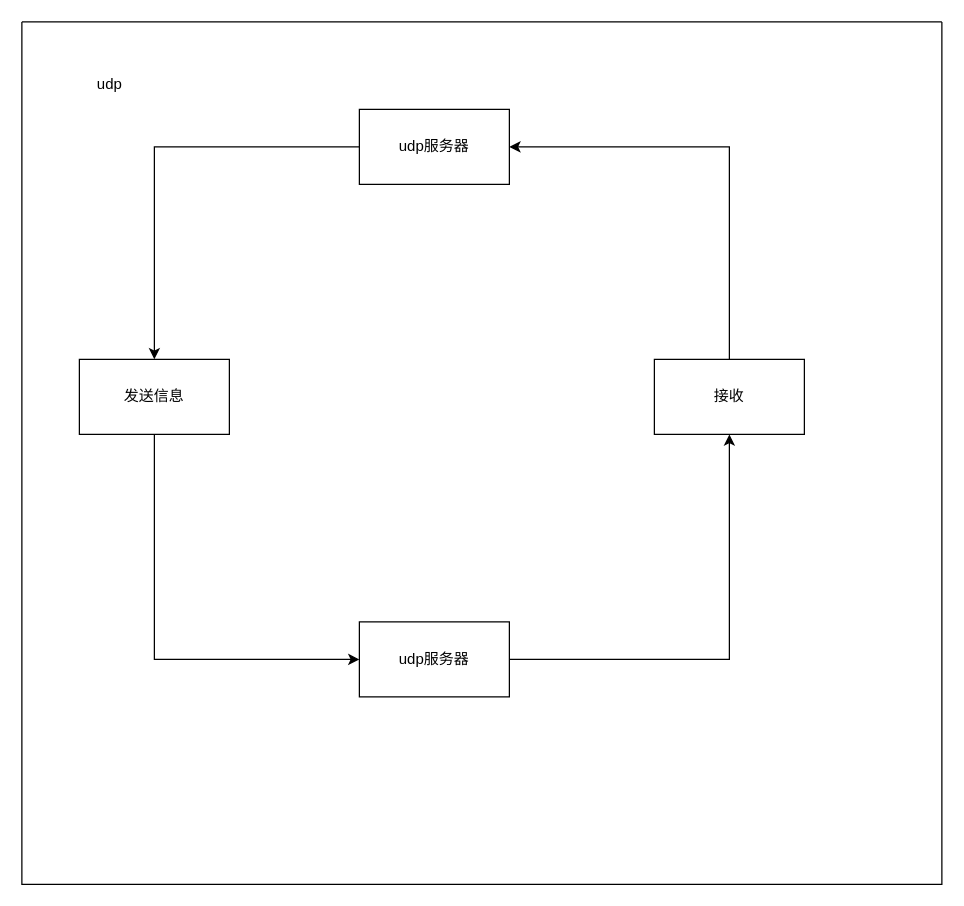
605682883/flowPhoto keeps this draw.io diagram as page "udp逻辑" (6 of 9) of Untitled Diagram.drawio. Above is the earlier version. Source tidied: cells renumbered, new cells numbered last; positions are measured from the earlier drawing's top-left corner, leaving out a move shared by most shapes. Both pictures are drawn from the tidied source at 125%, with x=0, y=0 at pixel (21, 21).
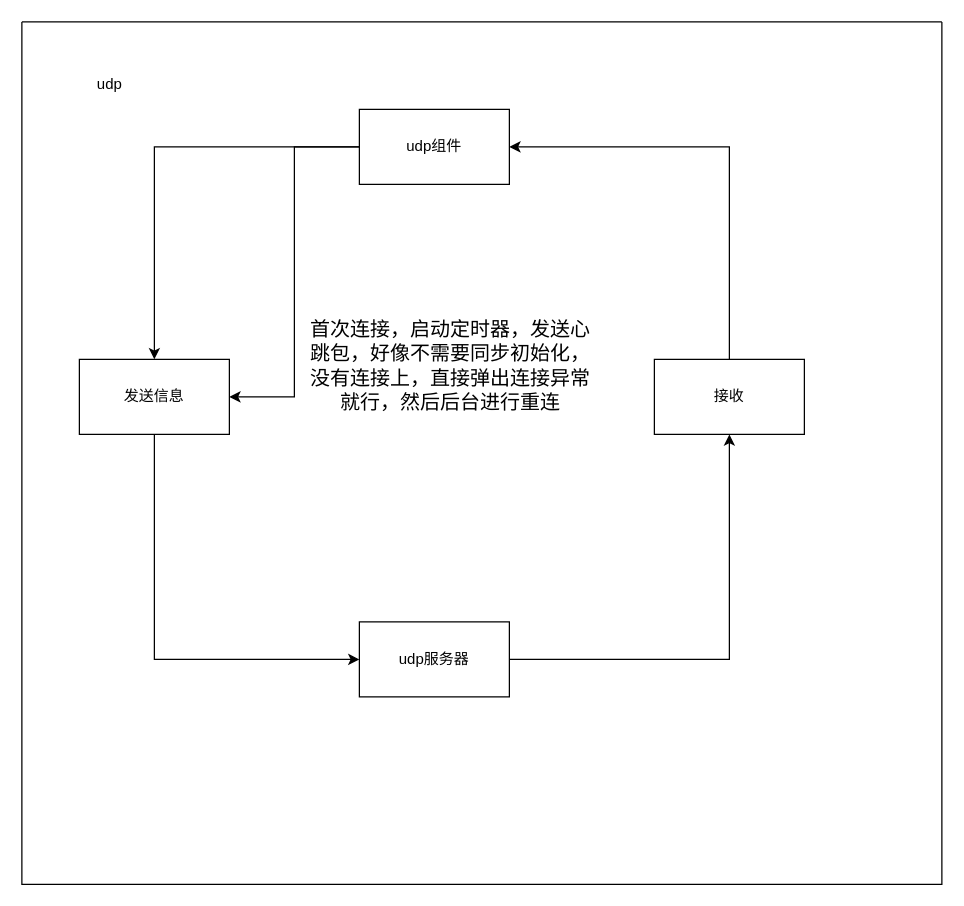
The same diagram, later.

Change to the diagram source:
```diff
@@
 <mxGraphModel>
   <root>
     <mxCell id="0" />
     <mxCell id="1" parent="0" />
     <mxCell id="2" style="swimlane;startSize=0;" parent="1" vertex="1">
       <mxGeometry width="736" height="690" as="geometry" />
     </mxCell>
     <mxCell id="3" style="edgeStyle=orthogonalEdgeStyle;rounded=0;jettySize=auto;html=1;" parent="2" edge="1" source="4" target="9">
       <mxGeometry relative="1" as="geometry" />
     </mxCell>
+    <mxCell id="12" style="edgeStyle=orthogonalEdgeStyle;rounded=0;jettySize=auto;html=1;entryX=1;entryY=0.5;entryDx=0;entryDy=0;fontSize=16;" parent="2" edge="1" source="4" target="9">
+      <mxGeometry relative="1" as="geometry" />
+    </mxCell>
-    <mxCell id="4" value="udp服务器" style="rounded=0;whiteSpace=wrap;html=1;" parent="2" vertex="1">
+    <mxCell id="4" value="udp组件" style="rounded=0;whiteSpace=wrap;html=1;" parent="2" vertex="1">
       <mxGeometry x="270" y="70" width="120" height="60" as="geometry" />
     </mxCell>
     <mxCell id="5" value="udp" style="text;html=1;align=center;verticalAlign=middle;strokeColor=none;fillColor=none;" parent="2" vertex="1">
       <mxGeometry x="50" y="40" width="40" height="20" as="geometry" />
     </mxCell>
     <mxCell id="6" style="edgeStyle=orthogonalEdgeStyle;rounded=0;jettySize=auto;html=1;" parent="2" edge="1" source="7" target="11">
       <mxGeometry relative="1" as="geometry" />
     </mxCell>
     <mxCell id="7" value="udp服务器" style="whiteSpace=wrap;html=1;rounded=0;" parent="2" vertex="1">
       <mxGeometry x="270" y="480" width="120" height="60" as="geometry" />
     </mxCell>
     <mxCell id="8" style="edgeStyle=orthogonalEdgeStyle;rounded=0;jettySize=auto;html=1;entryX=0;entryY=0.5;entryDx=0;entryDy=0;" parent="2" edge="1" source="9" target="7">
       <mxGeometry relative="1" as="geometry">
         <Array as="points">
           <mxPoint x="106" y="510" />
         </Array>
       </mxGeometry>
     </mxCell>
     <mxCell id="9" value="发送信息" style="whiteSpace=wrap;html=1;rounded=0;" parent="2" vertex="1">
       <mxGeometry x="46" y="270" width="120" height="60" as="geometry" />
     </mxCell>
     <mxCell id="10" style="edgeStyle=orthogonalEdgeStyle;rounded=0;jettySize=auto;html=1;entryX=1;entryY=0.5;entryDx=0;entryDy=0;" parent="2" edge="1" source="11" target="4">
       <mxGeometry relative="1" as="geometry">
         <Array as="points">
           <mxPoint x="566" y="100" />
         </Array>
       </mxGeometry>
     </mxCell>
     <mxCell id="11" value="接收" style="whiteSpace=wrap;html=1;rounded=0;" parent="2" vertex="1">
       <mxGeometry x="506" y="270" width="120" height="60" as="geometry" />
     </mxCell>
+    <mxCell id="13" value="首次连接，启动定时器，发送心跳包，好像不需要同步初始化，没有连接上，直接弹出连接异常就行，然后后台进行重连" style="text;html=1;strokeColor=none;fillColor=none;align=center;verticalAlign=middle;whiteSpace=wrap;rounded=0;fontSize=16;" parent="2" vertex="1">
+      <mxGeometry x="226" y="210" width="234" height="130" as="geometry" />
+    </mxCell>
   </root>
 </mxGraphModel>
```
